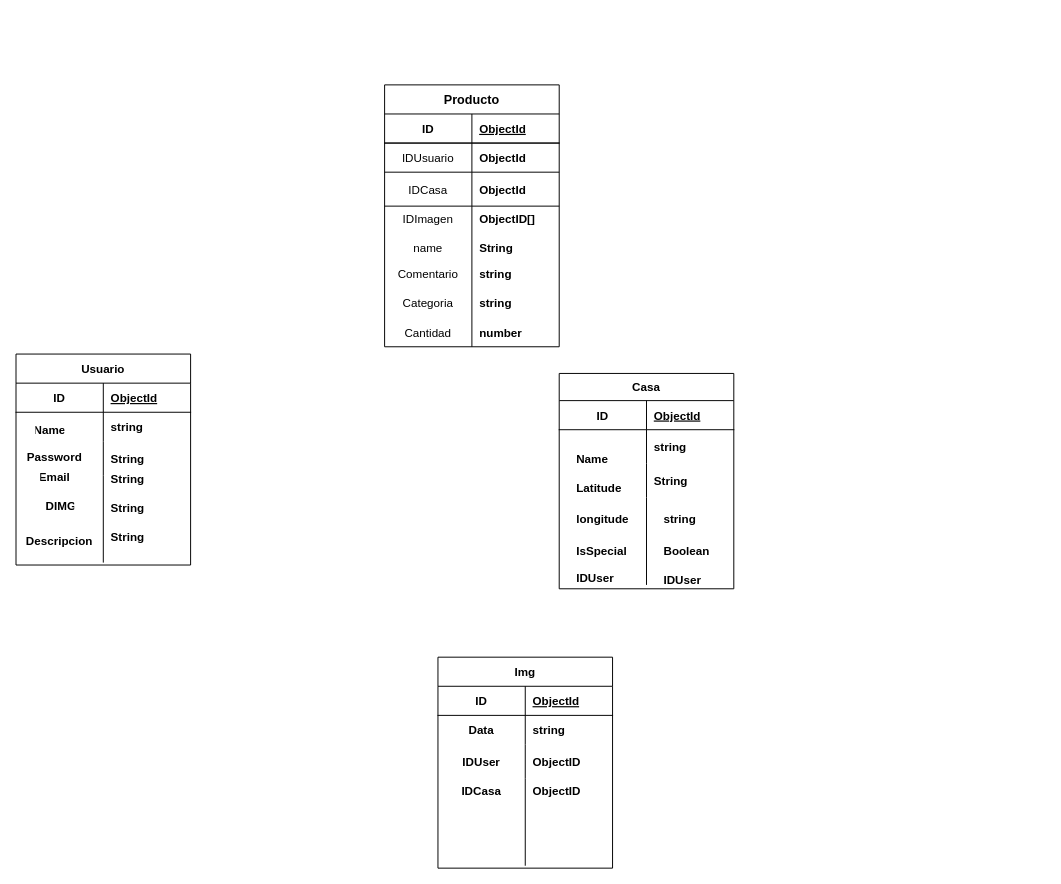
Above: public/Diagrama sin título.drawio in Esteban705/smartHuertaBE (draw.io), before the change. Source tidied: cells renumbered, new cells numbered last; positions are measured from the earlier drawing's top-left corner, leaving out a move shared by most shapes. Both pictures are drawn from the tidied source at 97%, with x=0, y=0 at pixel (16, 84).
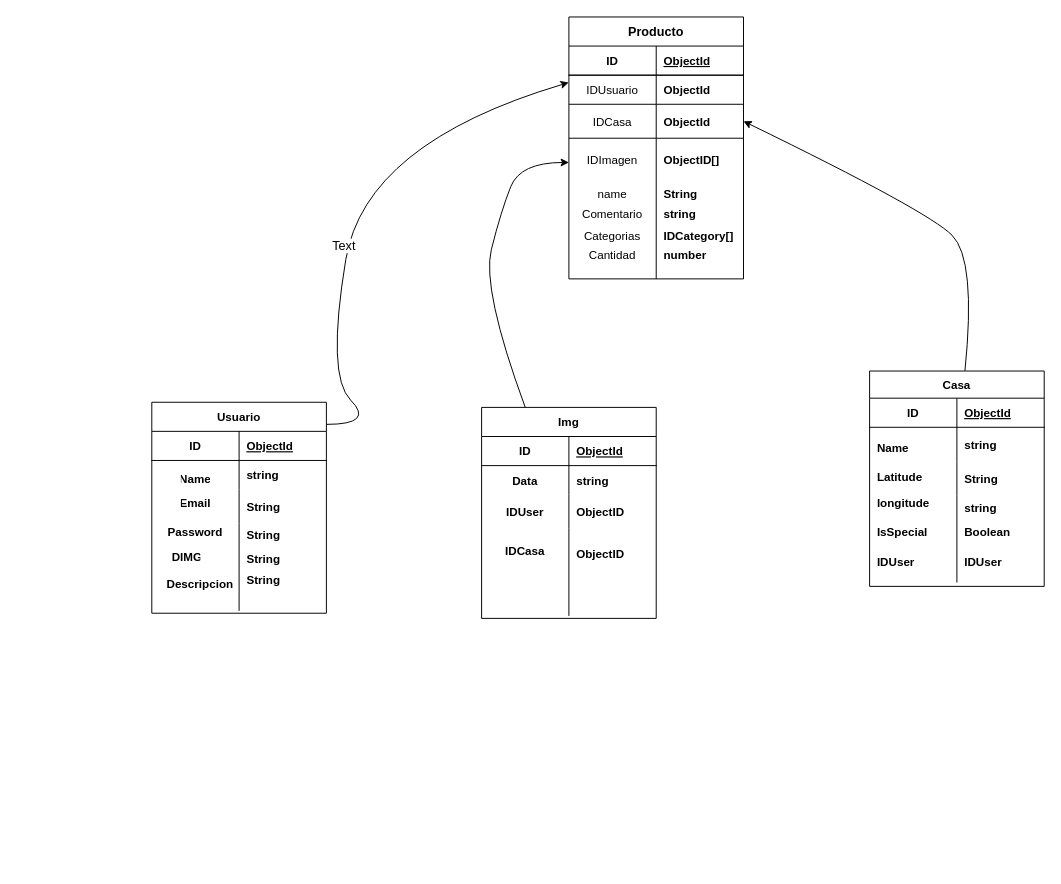
Above is the later version.

The change refers to these unchanged cells:
```xml
<mxCell id="65" style="shape=tableRow;horizontal=0;startSize=0;swimlaneHead=0;swimlaneBody=0;fillColor=none;points=[[0,0.5],[1,0.5]];portConstraint=eastwest;top=0;left=0;right=0;bottom=0;" parent="61" vertex="1">
  <mxGeometry y="60" width="180" height="30" as="geometry" />
</mxCell>
<mxCell id="68" style="shape=tableRow;horizontal=0;startSize=0;swimlaneHead=0;swimlaneBody=0;fillColor=none;points=[[0,0.5],[1,0.5]];portConstraint=eastwest;top=0;left=0;right=0;bottom=0;" parent="61" vertex="1">
  <mxGeometry y="90" width="180" height="35" as="geometry" />
</mxCell>
```

The edit, as a diff of the source:
```diff
@@
     <mxCell id="2" value="Usuario" style="shape=table;startSize=30;childLayout=tableLayout;rowLines=0;fontStyle=1;align=center;" parent="1" vertex="1">
-      <mxGeometry y="277.5" width="180" height="217.5" as="geometry" />
+      <mxGeometry x="140" y="327.2" width="180" height="217.5" as="geometry" />
     </mxCell>
@@
     <mxCell id="15" value="Name" style="shape=partialRectangle;fillColor=none;top=0;left=0;bottom=0;right=0;fontStyle=1;overflow=hidden;" parent="1" vertex="1">
-      <mxGeometry x="20" y="340" width="30" height="30" as="geometry" />
+      <mxGeometry x="170" y="391" width="30" height="30" as="geometry" />
     </mxCell>
     <mxCell id="16" value="Password" style="shape=partialRectangle;fillColor=none;top=0;left=0;bottom=0;right=0;fontStyle=1;overflow=hidden;" parent="1" vertex="1">
-      <mxGeometry x="10" y="373.5" width="60" height="20" as="geometry" />
+      <mxGeometry x="155" y="451" width="60" height="20" as="geometry" />
     </mxCell>
     <mxCell id="17" value="Email" style="shape=partialRectangle;fillColor=none;top=0;left=0;bottom=0;right=0;fontStyle=1;overflow=hidden;" parent="1" vertex="1">
-      <mxGeometry x="25" y="388.5" width="30" height="30" as="geometry" />
+      <mxGeometry x="170" y="416" width="30" height="30" as="geometry" />
     </mxCell>
     <mxCell id="18" value="String" style="shape=partialRectangle;fillColor=none;top=0;left=0;bottom=0;right=0;align=left;spacingLeft=6;overflow=hidden;fontStyle=1;" parent="1" vertex="1">
-      <mxGeometry x="90" y="388.5" width="110" height="35" as="geometry" />
+      <mxGeometry x="230" y="446" width="110" height="35" as="geometry" />
     </mxCell>
     <mxCell id="19" value="String" style="shape=partialRectangle;fillColor=none;top=0;left=0;bottom=0;right=0;align=left;spacingLeft=6;overflow=hidden;fontStyle=1;" parent="1" vertex="1">
-      <mxGeometry x="90" y="418.5" width="110" height="35" as="geometry" />
+      <mxGeometry x="230" y="471" width="110" height="35" as="geometry" />
     </mxCell>
     <mxCell id="20" value="String" style="shape=partialRectangle;fillColor=none;top=0;left=0;bottom=0;right=0;align=left;spacingLeft=6;overflow=hidden;fontStyle=1;" parent="1" vertex="1">
-      <mxGeometry x="90" y="446" width="110" height="40" as="geometry" />
+      <mxGeometry x="230" y="490" width="110" height="40" as="geometry" />
     </mxCell>
     <mxCell id="21" value="IDIMG" style="shape=partialRectangle;fillColor=none;top=0;left=0;bottom=0;right=0;fontStyle=1;overflow=hidden;" parent="1" vertex="1">
-      <mxGeometry x="30" y="418.5" width="30" height="30" as="geometry" />
+      <mxGeometry x="160" y="471" width="30" height="30" as="geometry" />
     </mxCell>
     <mxCell id="22" value="Descripcion" style="shape=partialRectangle;fillColor=none;top=0;left=0;bottom=0;right=0;fontStyle=1;overflow=hidden;" parent="1" vertex="1">
-      <mxGeometry x="10" y="453.5" width="70" height="32.5" as="geometry" />
+      <mxGeometry x="155" y="497.5" width="70" height="32.5" as="geometry" />
     </mxCell>
@@
     <mxCell id="25" value="Img" style="shape=table;startSize=30;childLayout=tableLayout;rowLines=0;fontStyle=1;align=center;" parent="1" vertex="1">
-      <mxGeometry x="435" y="590" width="180" height="217.5" as="geometry" />
+      <mxGeometry x="480" y="332.5" width="180" height="217.5" as="geometry" />
     </mxCell>
@@
     <mxCell id="38" value="Casa" style="shape=table;startSize=28;childLayout=tableLayout;rowLines=0;fontStyle=1;align=center;" parent="1" vertex="1">
-      <mxGeometry x="560" y="297.5" width="180" height="222" as="geometry" />
+      <mxGeometry x="880" y="295" width="180" height="222" as="geometry" />
     </mxCell>
@@
     <mxCell id="51" value="Name" style="shape=partialRectangle;fillColor=none;top=0;left=0;bottom=0;right=0;align=left;spacingLeft=6;overflow=hidden;fontStyle=1;" parent="1" vertex="1">
-      <mxGeometry x="570" y="370" width="90" height="30" as="geometry" />
+      <mxGeometry x="880" y="358.5" width="90" height="30" as="geometry" />
     </mxCell>
     <mxCell id="52" value="Latitude" style="shape=partialRectangle;fillColor=none;top=0;left=0;bottom=0;right=0;align=left;spacingLeft=6;overflow=hidden;fontStyle=1;" parent="1" vertex="1">
-      <mxGeometry x="570" y="400" width="90" height="30" as="geometry" />
+      <mxGeometry x="880" y="388.5" width="90" height="30" as="geometry" />
     </mxCell>
     <mxCell id="53" value="longitude" style="shape=partialRectangle;fillColor=none;top=0;left=0;bottom=0;right=0;align=left;spacingLeft=6;overflow=hidden;fontStyle=1;" parent="1" vertex="1">
-      <mxGeometry x="570" y="432.5" width="90" height="30" as="geometry" />
+      <mxGeometry x="880" y="416" width="90" height="30" as="geometry" />
     </mxCell>
     <mxCell id="54" value="string" style="shape=partialRectangle;fillColor=none;top=0;left=0;bottom=0;right=0;align=left;spacingLeft=6;overflow=hidden;fontStyle=1;" parent="1" vertex="1">
-      <mxGeometry x="660" y="432.5" width="90" height="30" as="geometry" />
+      <mxGeometry x="970" y="421" width="90" height="30" as="geometry" />
     </mxCell>
     <mxCell id="55" value="IsSpecial" style="shape=partialRectangle;fillColor=none;top=0;left=0;bottom=0;right=0;align=left;spacingLeft=6;overflow=hidden;fontStyle=1;" parent="1" vertex="1">
-      <mxGeometry x="570" y="465" width="90" height="30" as="geometry" />
+      <mxGeometry x="880" y="446" width="90" height="30" as="geometry" />
     </mxCell>
     <mxCell id="56" value="Boolean" style="shape=partialRectangle;fillColor=none;top=0;left=0;bottom=0;right=0;align=left;spacingLeft=6;overflow=hidden;fontStyle=1;" parent="1" vertex="1">
-      <mxGeometry x="660" y="465" width="90" height="30" as="geometry" />
+      <mxGeometry x="970" y="446" width="90" height="30" as="geometry" />
     </mxCell>
     <mxCell id="57" value="IDUser" style="shape=partialRectangle;fillColor=none;top=0;left=0;bottom=0;right=0;align=left;spacingLeft=6;overflow=hidden;fontStyle=1;" parent="1" vertex="1">
-      <mxGeometry x="570" y="492.5" width="90" height="30" as="geometry" />
+      <mxGeometry x="880" y="476" width="90" height="30" as="geometry" />
     </mxCell>
     <mxCell id="58" value="IDUser" style="shape=partialRectangle;fillColor=none;top=0;left=0;bottom=0;right=0;align=left;spacingLeft=6;overflow=hidden;fontStyle=1;" parent="1" vertex="1">
-      <mxGeometry x="660" y="495" width="90" height="30" as="geometry" />
+      <mxGeometry x="970" y="476" width="90" height="30" as="geometry" />
     </mxCell>
     <mxCell id="59" value="IDCasa" style="shape=partialRectangle;fillColor=none;top=0;left=0;bottom=0;right=0;overflow=hidden;fontStyle=1;" parent="1" vertex="1">
-      <mxGeometry x="435" y="710" width="90" height="35" as="geometry" />
+      <mxGeometry x="480" y="462.5" width="90" height="35" as="geometry" />
     </mxCell>
     <mxCell id="60" value="ObjectID" style="shape=partialRectangle;fillColor=none;top=0;left=0;bottom=0;right=0;align=left;spacingLeft=6;overflow=hidden;fontStyle=1;" parent="1" vertex="1">
-      <mxGeometry x="525" y="710" width="90" height="35" as="geometry" />
+      <mxGeometry x="570" y="466" width="90" height="35" as="geometry" />
     </mxCell>
-    <mxCell id="61" value="Producto" style="shape=table;startSize=30;childLayout=tableLayout;rowLines=10;fontStyle=1;align=center;columnsLines=8;fontSize=13;" parent="1" vertex="1">
-      <mxGeometry x="380" width="180" height="270" as="geometry" />
+    <mxCell id="61" value="Producto" style="shape=table;startSize=30;childLayout=tableLayout;rowLines=10;fontStyle=1;align=center;columnsLines=8;fontSize=13;strokeWidth=1;" parent="1" vertex="1">
+      <mxGeometry x="570" y="-70" width="180" height="270" as="geometry" />
     </mxCell>
@@
     <mxCell id="74" value="IDImagen" style="shape=partialRectangle;fillColor=none;top=0;left=0;bottom=0;right=0;overflow=hidden;" parent="1" vertex="1">
-      <mxGeometry x="380" y="120" width="90" height="35" as="geometry" />
+      <mxGeometry x="570" y="60" width="90" height="35" as="geometry" />
     </mxCell>
     <mxCell id="75" value="name" style="shape=partialRectangle;fillColor=none;top=0;left=0;bottom=0;right=0;overflow=hidden;" parent="1" vertex="1">
-      <mxGeometry x="380" y="150" width="90" height="35" as="geometry" />
+      <mxGeometry x="570" y="95" width="90" height="35" as="geometry" />
     </mxCell>
     <mxCell id="76" value="ObjectID[]" style="shape=partialRectangle;fillColor=none;top=0;left=0;bottom=0;right=0;align=left;spacingLeft=6;overflow=hidden;fontStyle=1;" parent="1" vertex="1">
-      <mxGeometry x="470" y="120" width="90" height="35" as="geometry" />
+      <mxGeometry x="660" y="60" width="90" height="35" as="geometry" />
     </mxCell>
     <mxCell id="77" value="String" style="shape=partialRectangle;fillColor=none;top=0;left=0;bottom=0;right=0;align=left;spacingLeft=6;overflow=hidden;fontStyle=1;" parent="1" vertex="1">
-      <mxGeometry x="470" y="150" width="90" height="35" as="geometry" />
+      <mxGeometry x="660" y="95" width="90" height="35" as="geometry" />
     </mxCell>
     <mxCell id="78" value="Comentario" style="shape=partialRectangle;fillColor=none;top=0;left=0;bottom=0;right=0;overflow=hidden;" parent="1" vertex="1">
-      <mxGeometry x="380" y="180" width="90" height="30" as="geometry" />
+      <mxGeometry x="570" y="115" width="90" height="35" as="geometry" />
     </mxCell>
     <mxCell id="79" value="string" style="shape=partialRectangle;fillColor=none;top=0;left=0;bottom=0;right=0;align=left;spacingLeft=6;overflow=hidden;fontStyle=1;" parent="1" vertex="1">
-      <mxGeometry x="470" y="180" width="90" height="30" as="geometry" />
+      <mxGeometry x="660" y="117.5" width="90" height="30" as="geometry" />
     </mxCell>
-    <mxCell id="80" value="Categoria" style="shape=partialRectangle;fillColor=none;top=0;left=0;bottom=0;right=0;overflow=hidden;" parent="1" vertex="1">
-      <mxGeometry x="380" y="210" width="90" height="30" as="geometry" />
+    <mxCell id="80" value="Categorias" style="shape=partialRectangle;fillColor=none;top=0;left=0;bottom=0;right=0;overflow=hidden;" parent="1" vertex="1">
+      <mxGeometry x="570" y="140" width="90" height="30" as="geometry" />
     </mxCell>
-    <mxCell id="81" value="string" style="shape=partialRectangle;fillColor=none;top=0;left=0;bottom=0;right=0;align=left;spacingLeft=6;overflow=hidden;fontStyle=1;" parent="1" vertex="1">
-      <mxGeometry x="470" y="210" width="90" height="30" as="geometry" />
+    <mxCell id="81" value="IDCategory[]" style="shape=partialRectangle;fillColor=none;top=0;left=0;bottom=0;right=0;align=left;spacingLeft=6;overflow=hidden;fontStyle=1;" parent="1" vertex="1">
+      <mxGeometry x="660" y="140" width="90" height="30" as="geometry" />
     </mxCell>
     <mxCell id="82" value="Cantidad" style="shape=partialRectangle;fillColor=none;top=0;left=0;bottom=0;right=0;overflow=hidden;" parent="1" vertex="1">
-      <mxGeometry x="380" y="240" width="90" height="30" as="geometry" />
+      <mxGeometry x="570" y="160" width="90" height="30" as="geometry" />
     </mxCell>
     <mxCell id="83" value="number" style="shape=partialRectangle;fillColor=none;top=0;left=0;bottom=0;right=0;align=left;spacingLeft=6;overflow=hidden;fontStyle=1;" parent="1" vertex="1">
-      <mxGeometry x="470" y="240" width="90" height="30" as="geometry" />
+      <mxGeometry x="660" y="160" width="90" height="30" as="geometry" />
     </mxCell>
+    <mxCell id="84" style="curved=1;endArrow=classic;html=1;rounded=0;fontSize=13;entryX=-0.001;entryY=0.253;entryDx=0;entryDy=0;entryPerimeter=0;" parent="1" edge="1" target="65">
+      <mxGeometry relative="1" as="geometry">
+        <mxPoint x="320" y="350" as="sourcePoint" />
+        <Array as="points">
+          <mxPoint x="370" y="350" />
+          <mxPoint x="320" y="300" />
+          <mxPoint x="360" y="60" />
+        </Array>
+      </mxGeometry>
+    </mxCell>
+    <mxCell id="85" value="Text" style="edgeLabel;html=1;align=center;verticalAlign=middle;fontSize=13;" parent="84" vertex="1">
+      <mxGeometry x="-0.12" y="5" relative="1" as="geometry" />
+    </mxCell>
+    <mxCell id="86" style="curved=1;endArrow=classic;html=1;rounded=0;fontSize=13;exitX=0.25;exitY=0;exitDx=0;exitDy=0;" parent="1" edge="1" source="25">
+      <mxGeometry relative="1" as="geometry">
+        <mxPoint x="570" y="80" as="targetPoint" />
+        <Array as="points">
+          <mxPoint x="480" y="210" />
+          <mxPoint x="500" y="130" />
+          <mxPoint x="520" y="80" />
+        </Array>
+      </mxGeometry>
+    </mxCell>
+    <mxCell id="87" style="curved=1;endArrow=classic;html=1;rounded=0;fontSize=13;exitX=0.546;exitY=-0.001;exitDx=0;exitDy=0;exitPerimeter=0;entryX=1;entryY=0.5;entryDx=0;entryDy=0;" parent="1" edge="1" source="38" target="68">
+      <mxGeometry relative="1" as="geometry">
+        <Array as="points">
+          <mxPoint x="990" y="180" />
+          <mxPoint x="940" y="130" />
+        </Array>
+      </mxGeometry>
+    </mxCell>
```
